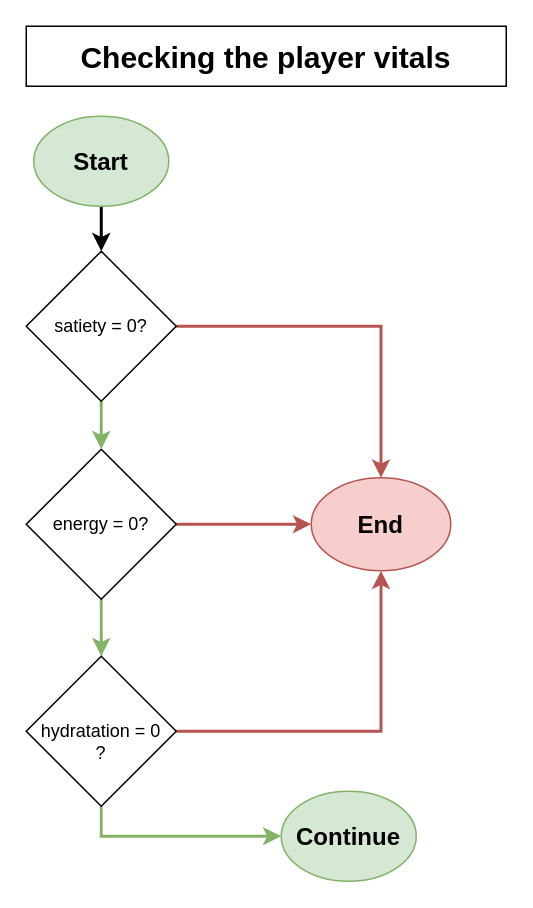
Before: page "check_player_vitals" (4 of 6) of flow_charts.drawio in StendWood/the-mysterious-island, a draw.io diagram. Source tidied: cells renumbered, new cells numbered last; positions are measured from the earlier drawing's top-left corner, leaving out a move shared by most shapes. Both pictures are drawn from the tidied source at 150%, with x=0, y=0 at pixel (26, 26).
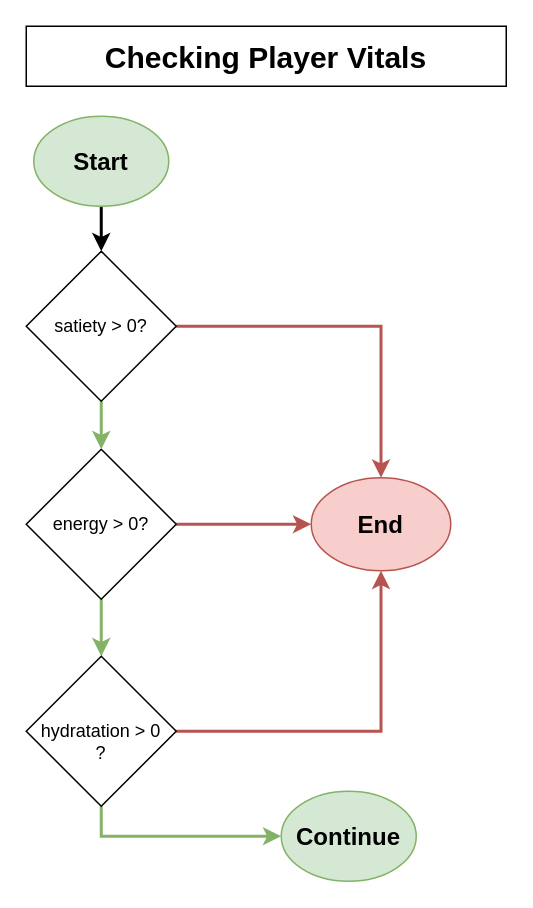
Above is the later version.

Diff of the diagram source:
```diff
@@
 <mxGraphModel>
   <root>
     <mxCell id="0" />
     <mxCell id="1" parent="0" />
-    <mxCell id="2" value="&lt;span style=&quot;font-size: 20px&quot;&gt;&lt;b&gt;Checking the player vitals&lt;/b&gt;&lt;/span&gt;" style="rounded=0;whiteSpace=wrap;html=1;" parent="1" vertex="1">
+    <mxCell id="2" value="&lt;span style=&quot;font-size: 20px&quot;&gt;&lt;b&gt;Checking Player Vitals&lt;/b&gt;&lt;/span&gt;" style="rounded=0;whiteSpace=wrap;html=1;" parent="1" vertex="1">
       <mxGeometry width="320" height="40" as="geometry" />
     </mxCell>
     <mxCell id="3" style="edgeStyle=orthogonalEdgeStyle;rounded=0;jettySize=auto;html=1;exitX=0.5;exitY=1;exitDx=0;exitDy=0;entryX=0.5;entryY=0;entryDx=0;entryDy=0;strokeWidth=2;" parent="1" edge="1" source="4" target="10">
       <mxGeometry relative="1" as="geometry" />
     </mxCell>
     <mxCell id="4" value="&lt;b&gt;&lt;font style=&quot;font-size: 16px&quot;&gt;Start&lt;/font&gt;&lt;/b&gt;" style="ellipse;whiteSpace=wrap;html=1;strokeColor=#82b366;fillColor=#d5e8d4;" parent="1" vertex="1">
       <mxGeometry x="5" y="60" width="90" height="60" as="geometry" />
     </mxCell>
     <mxCell id="5" style="edgeStyle=orthogonalEdgeStyle;rounded=0;jettySize=auto;html=1;exitX=0.5;exitY=1;exitDx=0;exitDy=0;entryX=0.5;entryY=0;entryDx=0;entryDy=0;strokeWidth=2;fillColor=#d5e8d4;strokeColor=#82b366;" parent="1" edge="1" source="7" target="13">
       <mxGeometry relative="1" as="geometry" />
     </mxCell>
     <mxCell id="6" style="edgeStyle=orthogonalEdgeStyle;rounded=0;jettySize=auto;html=1;exitX=1;exitY=0.5;exitDx=0;exitDy=0;entryX=0;entryY=0.5;entryDx=0;entryDy=0;strokeWidth=2;fillColor=#f8cecc;strokeColor=#b85450;" parent="1" edge="1" source="7" target="14">
       <mxGeometry relative="1" as="geometry" />
     </mxCell>
-    <mxCell id="7" value="energy = 0?" style="rhombus;whiteSpace=wrap;html=1;strokeColor=#000000;" parent="1" vertex="1">
+    <mxCell id="7" value="energy &amp;gt; 0?" style="rhombus;whiteSpace=wrap;html=1;strokeColor=#000000;" parent="1" vertex="1">
       <mxGeometry y="282" width="100" height="100" as="geometry" />
     </mxCell>
     <mxCell id="8" style="edgeStyle=orthogonalEdgeStyle;rounded=0;jettySize=auto;html=1;exitX=0.5;exitY=1;exitDx=0;exitDy=0;entryX=0.5;entryY=0;entryDx=0;entryDy=0;strokeWidth=2;fillColor=#d5e8d4;strokeColor=#82b366;" parent="1" edge="1" source="10" target="7">
       <mxGeometry relative="1" as="geometry" />
     </mxCell>
     <mxCell id="9" style="edgeStyle=orthogonalEdgeStyle;rounded=0;jettySize=auto;html=1;exitX=1;exitY=0.5;exitDx=0;exitDy=0;strokeWidth=2;fillColor=#f8cecc;strokeColor=#b85450;" parent="1" edge="1" source="10" target="14">
       <mxGeometry relative="1" as="geometry" />
     </mxCell>
-    <mxCell id="10" value="satiety = 0?" style="rhombus;whiteSpace=wrap;html=1;strokeColor=#000000;" parent="1" vertex="1">
+    <mxCell id="10" value="satiety &amp;gt; 0?" style="rhombus;whiteSpace=wrap;html=1;strokeColor=#000000;" parent="1" vertex="1">
       <mxGeometry y="150" width="100" height="100" as="geometry" />
     </mxCell>
     <mxCell id="11" style="edgeStyle=orthogonalEdgeStyle;rounded=0;jettySize=auto;html=1;exitX=1;exitY=0.5;exitDx=0;exitDy=0;entryX=0.5;entryY=1;entryDx=0;entryDy=0;strokeWidth=2;fillColor=#f8cecc;strokeColor=#b85450;" parent="1" edge="1" source="13" target="14">
       <mxGeometry relative="1" as="geometry" />
     </mxCell>
     <mxCell id="12" style="edgeStyle=orthogonalEdgeStyle;rounded=0;jettySize=auto;html=1;exitX=0.5;exitY=1;exitDx=0;exitDy=0;entryX=0;entryY=0.5;entryDx=0;entryDy=0;strokeWidth=2;fillColor=#d5e8d4;strokeColor=#82b366;" parent="1" edge="1" source="13" target="15">
       <mxGeometry relative="1" as="geometry" />
     </mxCell>
-    <mxCell id="13" value="&lt;br&gt;hydratation = 0&lt;br&gt;?" style="rhombus;whiteSpace=wrap;html=1;strokeColor=#000000;" parent="1" vertex="1">
+    <mxCell id="13" value="&lt;br&gt;hydratation &amp;gt; 0&lt;br&gt;?" style="rhombus;whiteSpace=wrap;html=1;strokeColor=#000000;" parent="1" vertex="1">
       <mxGeometry y="420" width="100" height="100" as="geometry" />
     </mxCell>
     <mxCell id="14" value="&lt;b&gt;&lt;font style=&quot;font-size: 16px&quot;&gt;End&lt;/font&gt;&lt;/b&gt;" style="ellipse;whiteSpace=wrap;html=1;strokeColor=#b85450;fillColor=#f8cecc;" parent="1" vertex="1">
       <mxGeometry x="190" y="301" width="93" height="62" as="geometry" />
     </mxCell>
     <mxCell id="15" value="&lt;span style=&quot;font-size: 16px&quot;&gt;&lt;b&gt;Continue&lt;/b&gt;&lt;/span&gt;" style="ellipse;whiteSpace=wrap;html=1;strokeColor=#82b366;fillColor=#d5e8d4;" parent="1" vertex="1">
       <mxGeometry x="170" y="510" width="90" height="60" as="geometry" />
     </mxCell>
   </root>
 </mxGraphModel>
```
